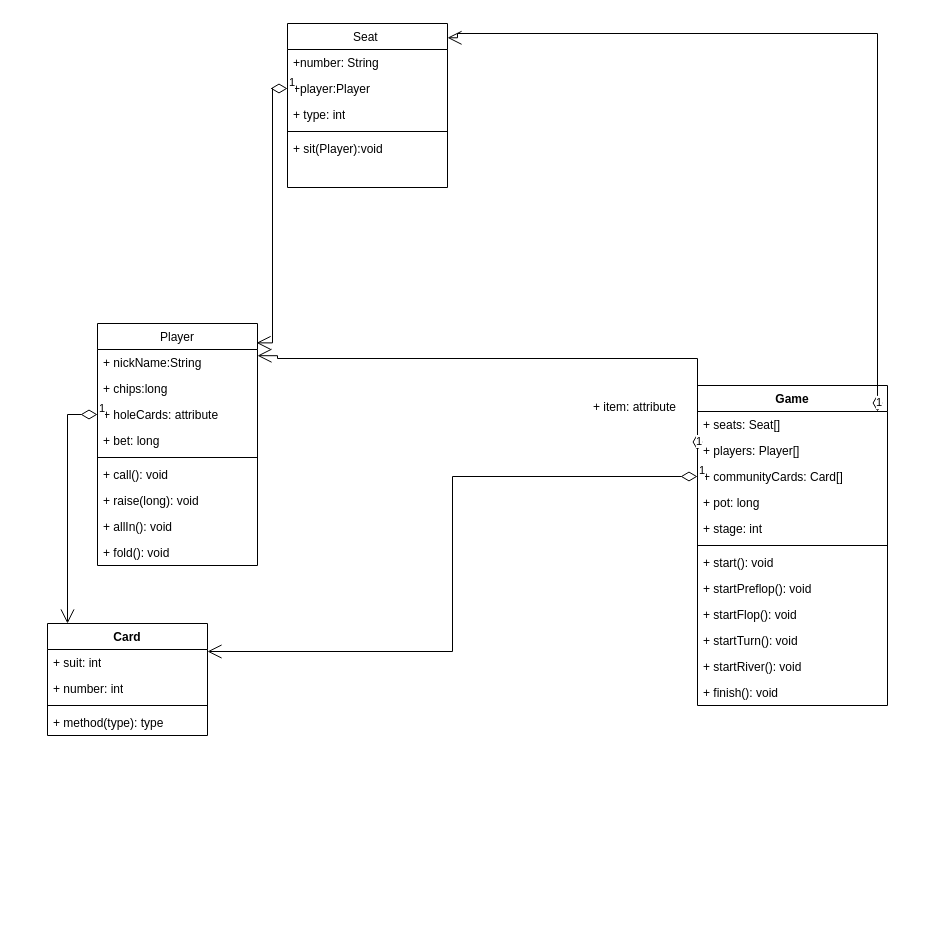
Before: 未命名绘图.drawio in gavinlee2014/ClassDiagram, a draw.io diagram. Source tidied: cells renumbered, new cells numbered last; positions are measured from the earlier drawing's top-left corner, leaving out a move shared by most shapes. Both pictures are drawn from the tidied source at 100%, with x=0, y=0 at pixel (47, 23).
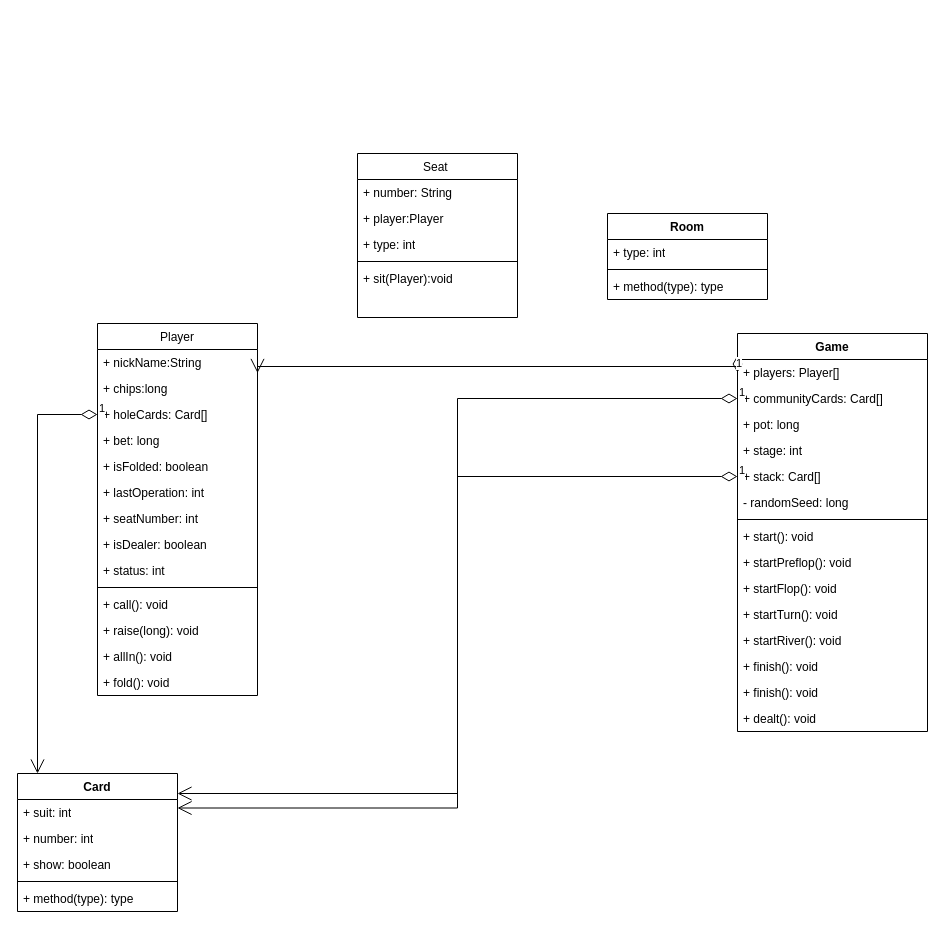
After the change.

Commit message:
更新未命名绘图.drawio

The edit, as a diff of the source:
```diff
@@
     <mxCell id="2" value="Player" style="swimlane;fontStyle=0;align=center;verticalAlign=top;horizontal=1;startSize=26;rounded=0;shadow=0;strokeWidth=1;" parent="1" vertex="1">
-      <mxGeometry x="50" y="300" width="160" height="242" as="geometry" />
+      <mxGeometry x="50" y="300" width="160" height="372" as="geometry" />
     </mxCell>
@@
-    <mxCell id="5" value="+ holeCards: attribute" style="text;strokeColor=none;fillColor=none;align=left;verticalAlign=top;spacingLeft=4;spacingRight=4;overflow=hidden;points=[[0,0.5],[1,0.5]];portConstraint=eastwest;whiteSpace=wrap;html=1;" parent="2" vertex="1">
+    <mxCell id="5" value="+ holeCards: Card[]" style="text;strokeColor=none;fillColor=none;align=left;verticalAlign=top;spacingLeft=4;spacingRight=4;overflow=hidden;points=[[0,0.5],[1,0.5]];portConstraint=eastwest;whiteSpace=wrap;html=1;" parent="2" vertex="1">
       <mxGeometry y="78" width="160" height="26" as="geometry" />
     </mxCell>
@@
+    <mxCell id="42" value="+ isFolded: boolean" style="text;strokeColor=none;fillColor=none;align=left;verticalAlign=top;spacingLeft=4;spacingRight=4;overflow=hidden;whiteSpace=wrap;html=1;" parent="2" vertex="1">
+      <mxGeometry y="130" width="160" height="26" as="geometry" />
+    </mxCell>
+    <mxCell id="43" value="+ lastOperation: int" style="text;strokeColor=none;fillColor=none;align=left;verticalAlign=top;spacingLeft=4;spacingRight=4;overflow=hidden;whiteSpace=wrap;html=1;" parent="2" vertex="1">
+      <mxGeometry y="156" width="160" height="26" as="geometry" />
+    </mxCell>
+    <mxCell id="44" value="+ seatNumber: int" style="text;strokeColor=none;fillColor=none;align=left;verticalAlign=top;spacingLeft=4;spacingRight=4;overflow=hidden;whiteSpace=wrap;html=1;" parent="2" vertex="1">
+      <mxGeometry y="182" width="160" height="26" as="geometry" />
+    </mxCell>
+    <mxCell id="45" value="+ isDealer: boolean" style="text;strokeColor=none;fillColor=none;align=left;verticalAlign=top;spacingLeft=4;spacingRight=4;overflow=hidden;whiteSpace=wrap;html=1;" parent="2" vertex="1">
+      <mxGeometry y="208" width="160" height="26" as="geometry" />
+    </mxCell>
+    <mxCell id="46" value="+ status: int" style="text;strokeColor=none;fillColor=none;align=left;verticalAlign=top;spacingLeft=4;spacingRight=4;overflow=hidden;whiteSpace=wrap;html=1;" parent="2" vertex="1">
+      <mxGeometry y="234" width="160" height="26" as="geometry" />
+    </mxCell>
     <mxCell id="7" style="line;html=1;strokeWidth=1;align=left;verticalAlign=middle;spacingTop=-1;spacingLeft=3;spacingRight=3;labelPosition=right;" parent="2" vertex="1">
-      <mxGeometry y="130" width="160" height="8" as="geometry" />
+      <mxGeometry y="260" width="160" height="8" as="geometry" />
     </mxCell>
     <mxCell id="8" value="+ call(): void" style="text;align=left;verticalAlign=top;spacingLeft=4;spacingRight=4;overflow=hidden;" parent="2" vertex="1">
-      <mxGeometry y="138" width="160" height="26" as="geometry" />
+      <mxGeometry y="268" width="160" height="26" as="geometry" />
     </mxCell>
     <mxCell id="9" value="+ raise(long): void" style="text;align=left;verticalAlign=top;spacingLeft=4;spacingRight=4;overflow=hidden;" parent="2" vertex="1">
-      <mxGeometry y="164" width="160" height="26" as="geometry" />
+      <mxGeometry y="294" width="160" height="26" as="geometry" />
     </mxCell>
     <mxCell id="10" value="+ allIn(): void" style="text;strokeColor=none;fillColor=none;align=left;verticalAlign=top;spacingLeft=4;spacingRight=4;overflow=hidden;whiteSpace=wrap;html=1;" parent="2" vertex="1">
-      <mxGeometry y="190" width="160" height="26" as="geometry" />
+      <mxGeometry y="320" width="160" height="26" as="geometry" />
     </mxCell>
     <mxCell id="11" value="+ fold(): void" style="text;strokeColor=none;fillColor=none;align=left;verticalAlign=top;spacingLeft=4;spacingRight=4;overflow=hidden;whiteSpace=wrap;html=1;" parent="2" vertex="1">
-      <mxGeometry y="216" width="160" height="26" as="geometry" />
+      <mxGeometry y="346" width="160" height="26" as="geometry" />
     </mxCell>
     <mxCell id="12" value="Seat " style="swimlane;fontStyle=0;align=center;verticalAlign=top;horizontal=1;startSize=26;rounded=0;shadow=0;strokeWidth=1;" parent="1" vertex="1">
-      <mxGeometry x="240" width="160" height="164" as="geometry" />
+      <mxGeometry x="310" y="130" width="160" height="164" as="geometry" />
     </mxCell>
-    <mxCell id="13" value="+number: String" style="text;align=left;verticalAlign=top;spacingLeft=4;spacingRight=4;overflow=hidden;" parent="12" vertex="1">
+    <mxCell id="13" value="+ number: String" style="text;align=left;verticalAlign=top;spacingLeft=4;spacingRight=4;overflow=hidden;" parent="12" vertex="1">
       <mxGeometry y="26" width="160" height="26" as="geometry" />
     </mxCell>
-    <mxCell id="14" value="+player:Player " style="text;align=left;verticalAlign=top;spacingLeft=4;spacingRight=4;overflow=hidden;points=[[0,0.5],[1,0.5]];portConstraint=eastwest;rounded=0;shadow=0;html=0;" parent="12" vertex="1">
+    <mxCell id="14" value="+ player:Player " style="text;align=left;verticalAlign=top;spacingLeft=4;spacingRight=4;overflow=hidden;points=[[0,0.5],[1,0.5]];portConstraint=eastwest;rounded=0;shadow=0;html=0;" parent="12" vertex="1">
       <mxGeometry y="52" width="160" height="26" as="geometry" />
     </mxCell>
@@
     <mxCell id="18" value="Game" style="swimlane;fontStyle=1;align=center;verticalAlign=top;horizontal=1;startSize=26;whiteSpace=wrap;html=1;" parent="1" vertex="1">
-      <mxGeometry x="650" y="362" width="190" height="320" as="geometry" />
+      <mxGeometry x="690" y="310" width="190" height="398" as="geometry" />
     </mxCell>
-    <mxCell id="19" value="+ seats: Seat[]" style="text;strokeColor=none;fillColor=none;align=left;verticalAlign=top;spacingLeft=4;spacingRight=4;overflow=hidden;points=[[0,0.5],[1,0.5]];portConstraint=eastwest;whiteSpace=wrap;html=1;" parent="18" vertex="1">
-      <mxGeometry y="26" width="190" height="26" as="geometry" />
-    </mxCell>
     <mxCell id="20" value="+ players: Player[]" style="text;strokeColor=none;fillColor=none;align=left;verticalAlign=top;spacingLeft=4;spacingRight=4;overflow=hidden;points=[[0,0.5],[1,0.5]];portConstraint=eastwest;whiteSpace=wrap;html=1;" parent="18" vertex="1">
-      <mxGeometry y="52" width="190" height="26" as="geometry" />
+      <mxGeometry y="26" width="190" height="26" as="geometry" />
     </mxCell>
     <mxCell id="21" value="+ communityCards: Card[]" style="text;strokeColor=none;fillColor=none;align=left;verticalAlign=top;spacingLeft=4;spacingRight=4;overflow=hidden;points=[[0,0.5],[1,0.5]];portConstraint=eastwest;whiteSpace=wrap;html=1;" parent="18" vertex="1">
-      <mxGeometry y="78" width="190" height="26" as="geometry" />
+      <mxGeometry y="52" width="190" height="26" as="geometry" />
     </mxCell>
     <mxCell id="22" value="+ pot: long" style="text;strokeColor=none;fillColor=none;align=left;verticalAlign=top;spacingLeft=4;spacingRight=4;overflow=hidden;whiteSpace=wrap;html=1;" parent="18" vertex="1">
-      <mxGeometry y="104" width="190" height="26" as="geometry" />
+      <mxGeometry y="78" width="190" height="26" as="geometry" />
     </mxCell>
     <mxCell id="23" value="+ stage: int" style="text;strokeColor=none;fillColor=none;align=left;verticalAlign=top;spacingLeft=4;spacingRight=4;overflow=hidden;whiteSpace=wrap;html=1;" parent="18" vertex="1">
-      <mxGeometry y="130" width="190" height="26" as="geometry" />
+      <mxGeometry y="104" width="190" height="26" as="geometry" />
     </mxCell>
+    <mxCell id="47" value="+ stack: Card[]" style="text;strokeColor=none;fillColor=none;align=left;verticalAlign=top;spacingLeft=4;spacingRight=4;overflow=hidden;points=[[0,0.5],[1,0.5]];portConstraint=eastwest;whiteSpace=wrap;html=1;" parent="18" vertex="1">
+      <mxGeometry y="130" width="190" height="26" as="geometry" />
+    </mxCell>
+    <mxCell id="48" value="- randomSeed: long" style="text;strokeColor=none;fillColor=none;align=left;verticalAlign=top;spacingLeft=4;spacingRight=4;overflow=hidden;whiteSpace=wrap;html=1;" parent="18" vertex="1">
+      <mxGeometry y="156" width="190" height="26" as="geometry" />
+    </mxCell>
     <mxCell id="24" style="line;strokeWidth=1;fillColor=none;align=left;verticalAlign=middle;spacingTop=-1;spacingLeft=3;spacingRight=3;labelPosition=right;strokeColor=inherit;" parent="18" vertex="1">
-      <mxGeometry y="156" width="190" height="8" as="geometry" />
+      <mxGeometry y="182" width="190" height="8" as="geometry" />
     </mxCell>
     <mxCell id="25" value="+ start(): void" style="text;strokeColor=none;fillColor=none;align=left;verticalAlign=top;spacingLeft=4;spacingRight=4;overflow=hidden;whiteSpace=wrap;html=1;" parent="18" vertex="1">
-      <mxGeometry y="164" width="190" height="26" as="geometry" />
+      <mxGeometry y="190" width="190" height="26" as="geometry" />
     </mxCell>
     <mxCell id="26" value="+ startPreflop(): void" style="text;strokeColor=none;fillColor=none;align=left;verticalAlign=top;spacingLeft=4;spacingRight=4;overflow=hidden;whiteSpace=wrap;html=1;" parent="18" vertex="1">
-      <mxGeometry y="190" width="190" height="26" as="geometry" />
+      <mxGeometry y="216" width="190" height="26" as="geometry" />
     </mxCell>
     <mxCell id="27" value="+ startFlop(): void" style="text;strokeColor=none;fillColor=none;align=left;verticalAlign=top;spacingLeft=4;spacingRight=4;overflow=hidden;whiteSpace=wrap;html=1;" parent="18" vertex="1">
-      <mxGeometry y="216" width="190" height="26" as="geometry" />
+      <mxGeometry y="242" width="190" height="26" as="geometry" />
     </mxCell>
     <mxCell id="28" value="+ startTurn(): void" style="text;strokeColor=none;fillColor=none;align=left;verticalAlign=top;spacingLeft=4;spacingRight=4;overflow=hidden;whiteSpace=wrap;html=1;" parent="18" vertex="1">
-      <mxGeometry y="242" width="190" height="26" as="geometry" />
+      <mxGeometry y="268" width="190" height="26" as="geometry" />
     </mxCell>
     <mxCell id="29" value="+ startRiver(): void" style="text;strokeColor=none;fillColor=none;align=left;verticalAlign=top;spacingLeft=4;spacingRight=4;overflow=hidden;whiteSpace=wrap;html=1;" parent="18" vertex="1">
-      <mxGeometry y="268" width="190" height="26" as="geometry" />
+      <mxGeometry y="294" width="190" height="26" as="geometry" />
     </mxCell>
+    <mxCell id="49" value="+ finish(): void" style="text;strokeColor=none;fillColor=none;align=left;verticalAlign=top;spacingLeft=4;spacingRight=4;overflow=hidden;whiteSpace=wrap;html=1;" parent="18" vertex="1">
+      <mxGeometry y="320" width="190" height="26" as="geometry" />
+    </mxCell>
     <mxCell id="30" value="+ finish(): void" style="text;strokeColor=none;fillColor=none;align=left;verticalAlign=top;spacingLeft=4;spacingRight=4;overflow=hidden;whiteSpace=wrap;html=1;" parent="18" vertex="1">
-      <mxGeometry y="294" width="190" height="26" as="geometry" />
+      <mxGeometry y="346" width="190" height="26" as="geometry" />
     </mxCell>
-    <mxCell id="31" value="1" style="endArrow=open;html=1;endSize=12;startArrow=diamondThin;startSize=14;startFill=0;edgeStyle=orthogonalEdgeStyle;align=left;verticalAlign=bottom;rounded=0;entryX=1;entryY=0.087;entryDx=0;entryDy=0;entryPerimeter=0;" parent="1" edge="1" source="19" target="12">
-      <mxGeometry x="-1" y="3" relative="1" as="geometry">
-        <Array as="points">
-          <mxPoint x="830" y="10" />
-          <mxPoint x="410" y="10" />
-        </Array>
-      </mxGeometry>
-    </mxCell>
-    <mxCell id="32" value="1" style="endArrow=open;html=1;endSize=12;startArrow=diamondThin;startSize=14;startFill=0;edgeStyle=orthogonalEdgeStyle;align=left;verticalAlign=bottom;rounded=0;entryX=0.994;entryY=0.08;entryDx=0;entryDy=0;entryPerimeter=0;" parent="1" edge="1" source="14" target="2">
-      <mxGeometry x="-1" y="3" relative="1" as="geometry" />
-    </mxCell>
+    <mxCell id="50" value="+ dealt(): void" style="text;strokeColor=none;fillColor=none;align=left;verticalAlign=top;spacingLeft=4;spacingRight=4;overflow=hidden;whiteSpace=wrap;html=1;" parent="18" vertex="1">
+      <mxGeometry y="372" width="190" height="26" as="geometry" />
+    </mxCell>
     <mxCell id="33" value="1" style="endArrow=open;html=1;endSize=12;startArrow=diamondThin;startSize=14;startFill=0;edgeStyle=orthogonalEdgeStyle;align=left;verticalAlign=bottom;rounded=0;exitX=0;exitY=0.5;exitDx=0;exitDy=0;entryX=1;entryY=0.133;entryDx=0;entryDy=0;entryPerimeter=0;" parent="1" edge="1" source="20" target="2">
       <mxGeometry x="-1" y="3" relative="1" as="geometry">
         <Array as="points">
-          <mxPoint x="230" y="335" />
+          <mxPoint x="690" y="343" />
         </Array>
       </mxGeometry>
     </mxCell>
     <mxCell id="34" value="Card" style="swimlane;fontStyle=1;align=center;verticalAlign=top;horizontal=1;startSize=26;whiteSpace=wrap;html=1;" parent="1" vertex="1">
-      <mxGeometry y="600" width="160" height="112" as="geometry" />
+      <mxGeometry x="-30" y="750" width="160" height="138" as="geometry" />
     </mxCell>
@@
+    <mxCell id="51" value="+ show: boolean" style="text;strokeColor=none;fillColor=none;align=left;verticalAlign=top;spacingLeft=4;spacingRight=4;overflow=hidden;whiteSpace=wrap;html=1;" parent="34" vertex="1">
+      <mxGeometry y="78" width="160" height="26" as="geometry" />
+    </mxCell>
     <mxCell id="37" style="line;strokeWidth=1;fillColor=none;align=left;verticalAlign=middle;spacingTop=-1;spacingLeft=3;spacingRight=3;labelPosition=right;strokeColor=inherit;" parent="34" vertex="1">
-      <mxGeometry y="78" width="160" height="8" as="geometry" />
+      <mxGeometry y="104" width="160" height="8" as="geometry" />
     </mxCell>
     <mxCell id="38" value="+ method(type): type" style="text;strokeColor=none;fillColor=none;align=left;verticalAlign=top;spacingLeft=4;spacingRight=4;overflow=hidden;whiteSpace=wrap;html=1;" parent="34" vertex="1">
-      <mxGeometry y="86" width="160" height="26" as="geometry" />
+      <mxGeometry y="112" width="160" height="26" as="geometry" />
     </mxCell>
@@
-    <mxCell id="41" value="+ item: attribute" style="text;strokeColor=none;fillColor=none;align=left;verticalAlign=top;spacingLeft=4;spacingRight=4;overflow=hidden;whiteSpace=wrap;html=1;" parent="1" vertex="1">
-      <mxGeometry x="540" y="370" width="100" height="26" as="geometry" />
-    </mxCell>
+    <mxCell id="52" value="1" style="endArrow=open;html=1;endSize=12;startArrow=diamondThin;startSize=14;startFill=0;edgeStyle=orthogonalEdgeStyle;align=left;verticalAlign=bottom;rounded=0;exitX=0;exitY=0.5;exitDx=0;exitDy=0;entryX=1;entryY=0.145;entryDx=0;entryDy=0;entryPerimeter=0;" parent="1" edge="1" source="47" target="34">
+      <mxGeometry x="-1" y="3" relative="1" as="geometry" />
+    </mxCell>
+    <mxCell id="53" value="Room" style="swimlane;fontStyle=1;align=center;verticalAlign=top;horizontal=1;startSize=26;whiteSpace=wrap;html=1;" parent="1" vertex="1">
+      <mxGeometry x="560" y="190" width="160" height="86" as="geometry" />
+    </mxCell>
+    <mxCell id="54" value="+ type: int" style="text;strokeColor=none;fillColor=none;align=left;verticalAlign=top;spacingLeft=4;spacingRight=4;overflow=hidden;whiteSpace=wrap;html=1;" parent="53" vertex="1">
+      <mxGeometry y="26" width="160" height="26" as="geometry" />
+    </mxCell>
+    <mxCell id="55" style="line;strokeWidth=1;fillColor=none;align=left;verticalAlign=middle;spacingTop=-1;spacingLeft=3;spacingRight=3;labelPosition=right;strokeColor=inherit;" parent="53" vertex="1">
+      <mxGeometry y="52" width="160" height="8" as="geometry" />
+    </mxCell>
+    <mxCell id="56" value="+ method(type): type" style="text;strokeColor=none;fillColor=none;align=left;verticalAlign=top;spacingLeft=4;spacingRight=4;overflow=hidden;whiteSpace=wrap;html=1;" parent="53" vertex="1">
+      <mxGeometry y="60" width="160" height="26" as="geometry" />
+    </mxCell>
```
